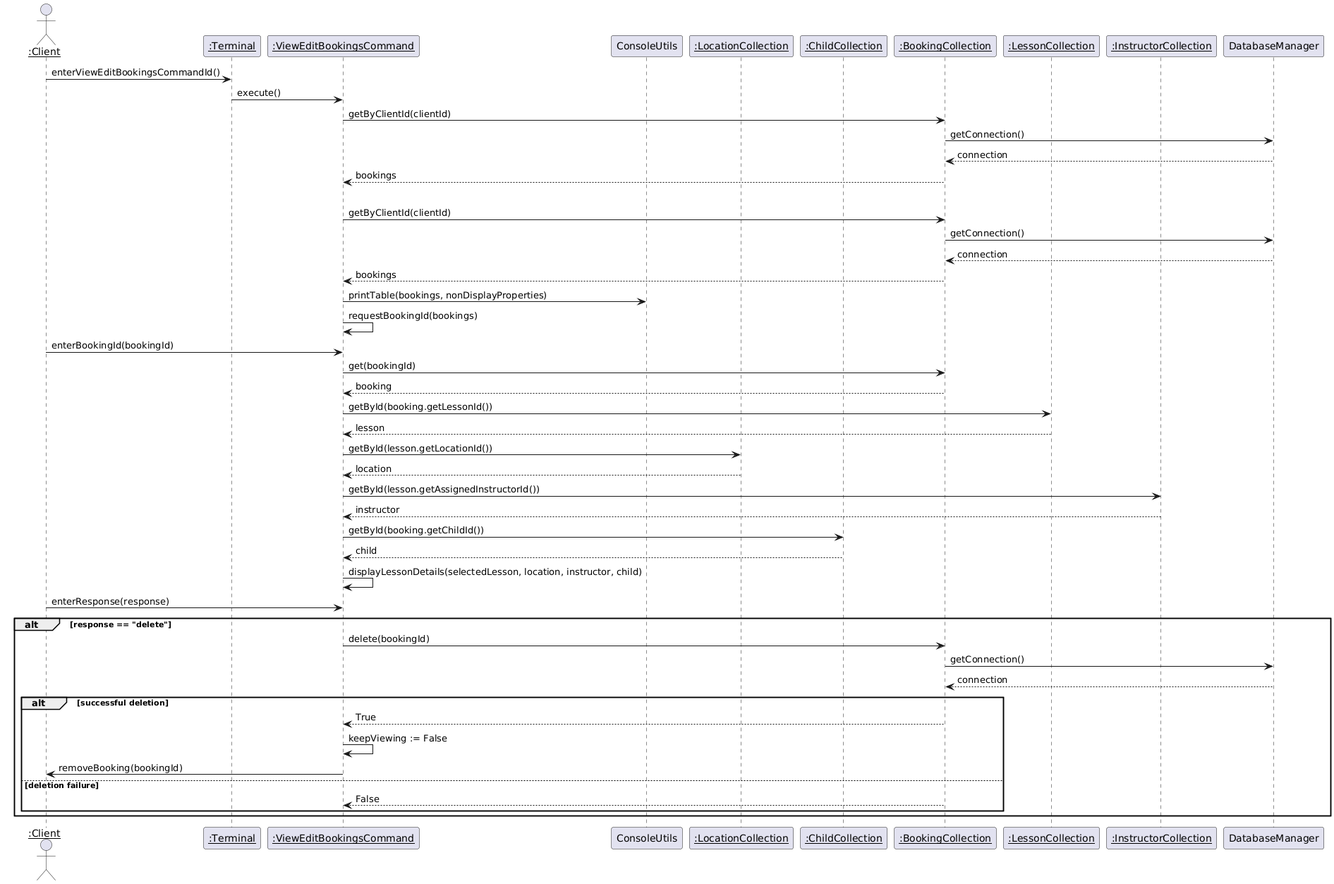
Niravanaa/Alouer-SOEN342 keeps this PlantUML diagram as iterationDeliverables/iteration-2/InteractionDiagrams/Images/Client-ViewEditBookings.png. Above is the earlier version.
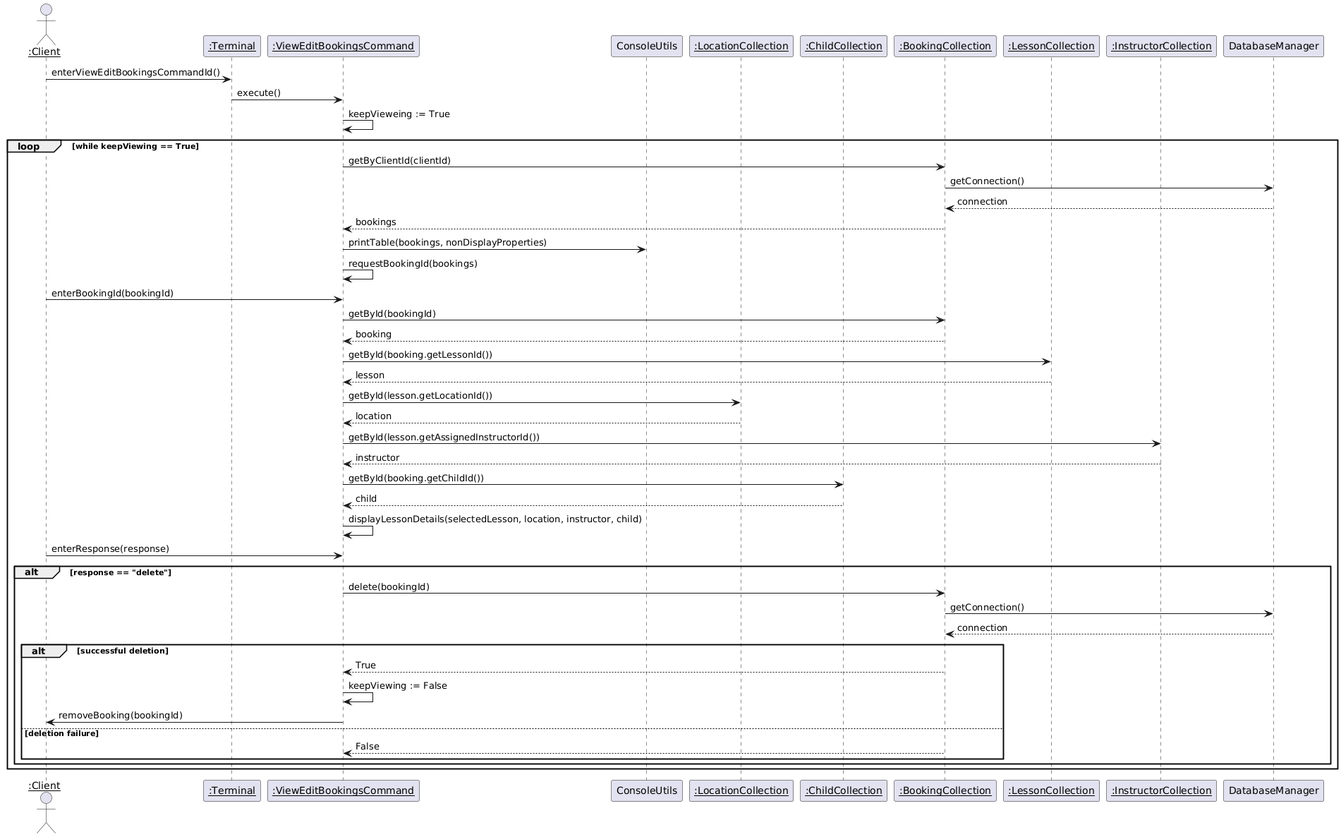
After the commit.

The edit, as a diff of the source:
```diff
@@ -12,12 +12,8 @@
 
 client -> terminal : enterViewEditBookingsCommandId()
 terminal -> command : execute()
-command -> bookingCollection : getByClientId(clientId)
-bookingCollection -> databaseManager : getConnection()
-databaseManager --> bookingCollection : connection
-bookingCollection --> command : bookings
-
-loop while keepViewing == true
+command -> command : keepVieweing := True
+loop while keepViewing == True
    command -> bookingCollection : getByClientId(clientId)
    bookingCollection -> databaseManager : getConnection()
    databaseManager --> bookingCollection : connection
@@ -27,7 +23,7 @@
    command -> command : requestBookingId(bookings)
    client -> command : enterBookingId(bookingId)
 
-   command -> bookingCollection : get(bookingId)
+   command -> bookingCollection : getById(bookingId)
    bookingCollection --> command : booking
    command -> lessonCollection : getById(booking.getLessonId())
    lessonCollection --> command : lesson
@@ -50,5 +46,6 @@
        else deletion failure
            bookingCollection --> command : False
        end
+    end
 end
 @enduml
```
